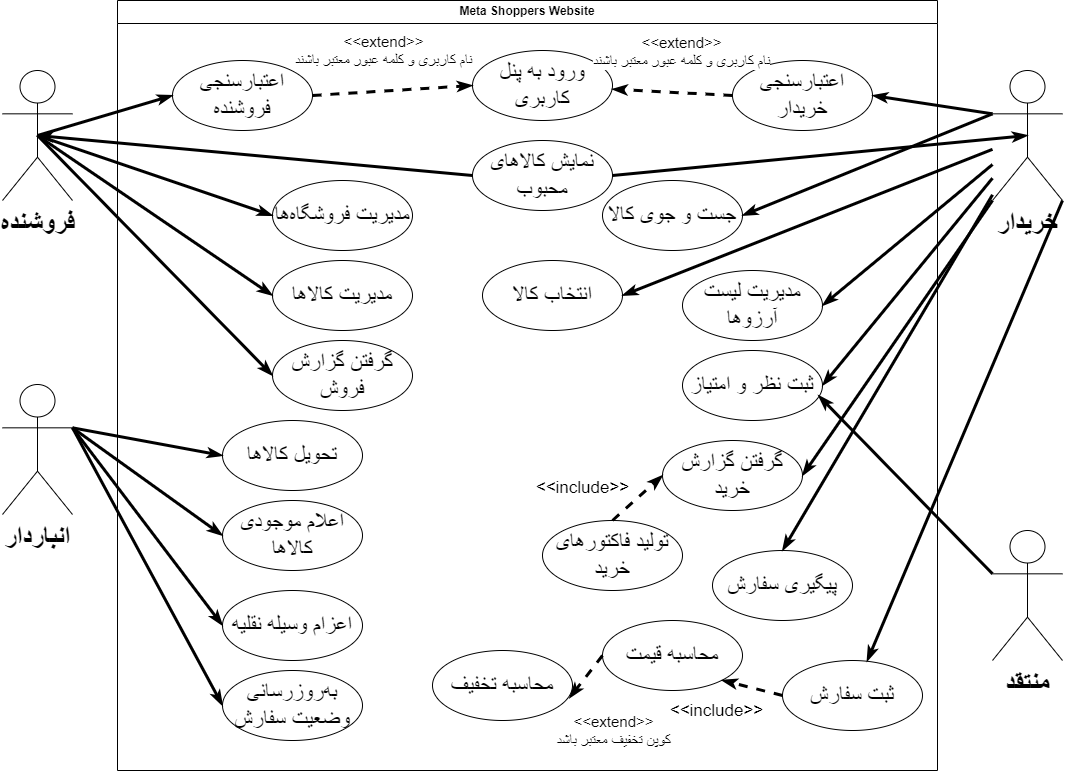
Mehrbod-MK/MetaShoppers keeps this draw.io diagram as Documentations/4- Usecase Diagram/MetaShoppers_UCDiag.drawio.png. Above is the earlier version. Source tidied: cells renumbered, new cells last; positions are measured from the earlier drawing's top-left corner, leaving out a move shared by most shapes.
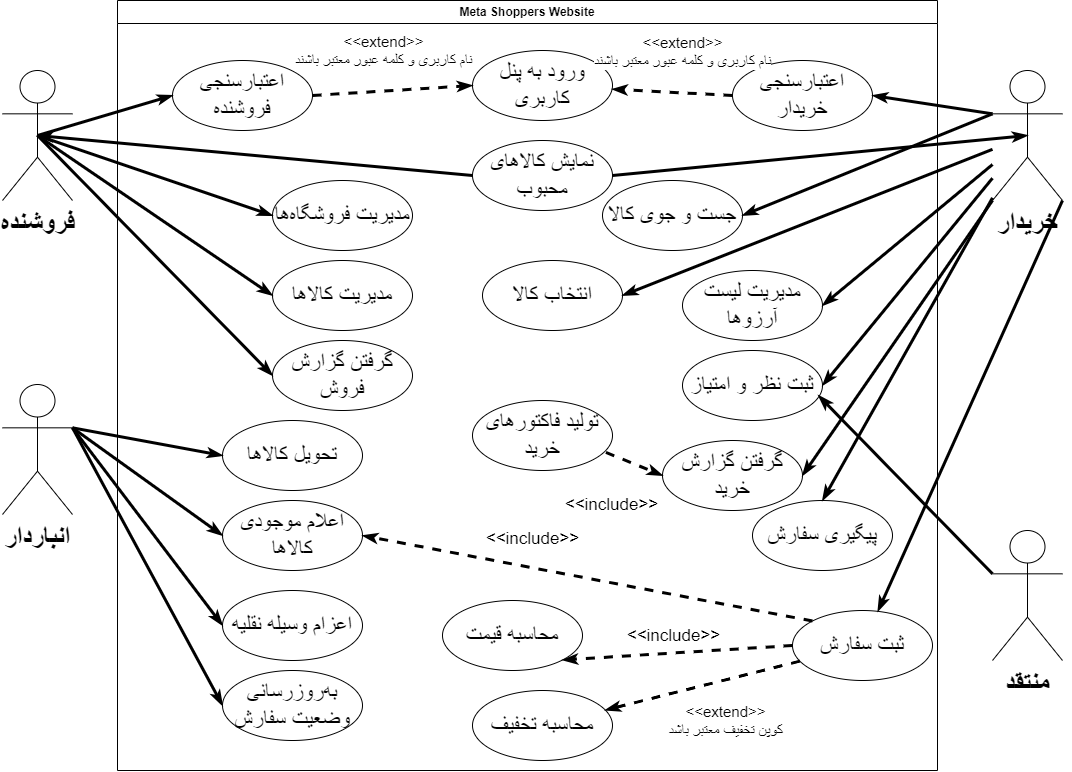
After the change.

Commit message:
Finalized UC Diagram and descriptions.

What changed in the source:
```diff
@@ -33,10 +33,10 @@
       <mxGeometry x="545" y="440" width="140" height="70" as="geometry" />
     </mxCell>
     <mxCell id="12" value="تولید فاکتورهای خرید" style="ellipse;whiteSpace=wrap;html=1;fontSize=22;" parent="2" vertex="1">
-      <mxGeometry x="425" y="520" width="140" height="70" as="geometry" />
+      <mxGeometry x="355" y="400" width="140" height="70" as="geometry" />
     </mxCell>
     <mxCell id="13" value="پیگیری سفارش" style="ellipse;whiteSpace=wrap;html=1;fontSize=22;" parent="2" vertex="1">
-      <mxGeometry x="595" y="550" width="140" height="70" as="geometry" />
+      <mxGeometry x="635" y="500" width="140" height="70" as="geometry" />
     </mxCell>
     <mxCell id="14" style="endArrow=classicThin;html=1;rounded=0;exitX=1;exitY=0.5;exitDx=0;exitDy=0;entryX=0;entryY=0.5;entryDx=0;entryDy=0;endFill=1;strokeWidth=3;dashed=1;" parent="2" edge="1" source="3" target="4">
       <mxGeometry relative="1" as="geometry" />
@@ -61,36 +61,36 @@
       <mxGeometry x="355" y="140" width="140" height="70" as="geometry" />
     </mxCell>
     <mxCell id="20" value="محاسبه قیمت" style="ellipse;whiteSpace=wrap;html=1;fontSize=22;" parent="2" vertex="1">
-      <mxGeometry x="485" y="620" width="140" height="70" as="geometry" />
+      <mxGeometry x="325" y="600" width="140" height="70" as="geometry" />
     </mxCell>
-    <mxCell id="21" style="endArrow=classicThin;html=1;rounded=0;exitX=0.5;exitY=0;exitDx=0;exitDy=0;entryX=0;entryY=0.5;entryDx=0;entryDy=0;endFill=1;strokeWidth=3;dashed=1;" parent="2" edge="1" source="12" target="11">
+    <mxCell id="21" style="endArrow=classicThin;html=1;rounded=0;exitX=0.953;exitY=0.741;exitDx=0;exitDy=0;entryX=0;entryY=0.5;entryDx=0;entryDy=0;endFill=1;strokeWidth=3;dashed=1;exitPerimeter=0;" parent="2" edge="1" source="12" target="11">
       <mxGeometry relative="1" as="geometry" />
     </mxCell>
     <mxCell id="22" value="&amp;lt;&amp;lt;include&amp;gt;&amp;gt;" style="edgeLabel;html=1;align=center;verticalAlign=middle;fontSize=17;" parent="21" vertex="1">
       <mxGeometry x="0.46" y="-4" relative="1" as="geometry">
-        <mxPoint x="-69" y="-3" as="offset" />
+        <mxPoint x="-35" y="32" as="offset" />
       </mxGeometry>
     </mxCell>
     <mxCell id="23" value="ثبت سفارش" style="ellipse;whiteSpace=wrap;html=1;fontSize=22;" parent="2" vertex="1">
-      <mxGeometry x="665" y="660" width="140" height="70" as="geometry" />
+      <mxGeometry x="675" y="610" width="140" height="70" as="geometry" />
     </mxCell>
     <mxCell id="24" style="endArrow=classicThin;html=1;rounded=0;exitX=0;exitY=0.5;exitDx=0;exitDy=0;entryX=1;entryY=1;entryDx=0;entryDy=0;endFill=1;strokeWidth=3;dashed=1;" parent="2" edge="1" source="23" target="20">
       <mxGeometry relative="1" as="geometry" />
     </mxCell>
     <mxCell id="25" value="&amp;lt;&amp;lt;include&amp;gt;&amp;gt;" style="edgeLabel;html=1;align=center;verticalAlign=middle;fontSize=17;" parent="24" vertex="1">
       <mxGeometry x="0.46" y="-4" relative="1" as="geometry">
-        <mxPoint x="-24" y="30" as="offset" />
+        <mxPoint x="47" y="-16" as="offset" />
       </mxGeometry>
     </mxCell>
     <mxCell id="26" value="محاسبه تخفیف" style="ellipse;whiteSpace=wrap;html=1;fontSize=22;" parent="2" vertex="1">
-      <mxGeometry x="315" y="650" width="140" height="70" as="geometry" />
+      <mxGeometry x="355" y="690" width="140" height="70" as="geometry" />
     </mxCell>
-    <mxCell id="27" style="endArrow=classicThin;html=1;rounded=0;exitX=0;exitY=0.5;exitDx=0;exitDy=0;endFill=1;strokeWidth=3;dashed=1;entryX=0.979;entryY=0.677;entryDx=0;entryDy=0;entryPerimeter=0;" parent="2" edge="1" source="20" target="26">
+    <mxCell id="27" style="endArrow=classicThin;html=1;rounded=0;endFill=1;strokeWidth=3;dashed=1;" parent="2" edge="1" source="23" target="26">
       <mxGeometry relative="1" as="geometry" />
     </mxCell>
     <mxCell id="28" value="&amp;lt;&amp;lt;extend&amp;gt;&amp;gt;&lt;div style=&quot;font-size: 15px;&quot;&gt;کوپن تخفیف معتبر باشد&lt;/div&gt;" style="edgeLabel;html=1;align=center;verticalAlign=middle;fontSize=15;" parent="27" vertex="1">
       <mxGeometry x="0.27" relative="1" as="geometry">
-        <mxPoint x="31" y="48" as="offset" />
+        <mxPoint x="48" y="28" as="offset" />
       </mxGeometry>
     </mxCell>
     <mxCell id="29" value="تحویل کالاها" style="ellipse;whiteSpace=wrap;html=1;fontSize=22;" parent="2" vertex="1">
@@ -108,6 +108,14 @@
     <mxCell id="33" value="جست و جوی کالا" style="ellipse;whiteSpace=wrap;html=1;fontSize=22;" parent="2" vertex="1">
       <mxGeometry x="485" y="180" width="140" height="70" as="geometry" />
     </mxCell>
+    <mxCell id="57" style="endArrow=classicThin;html=1;rounded=0;exitX=0;exitY=0;exitDx=0;exitDy=0;entryX=1;entryY=0.5;entryDx=0;entryDy=0;endFill=1;strokeWidth=3;dashed=1;" parent="2" edge="1" source="23" target="30">
+      <mxGeometry relative="1" as="geometry" />
+    </mxCell>
+    <mxCell id="58" value="&amp;lt;&amp;lt;include&amp;gt;&amp;gt;" style="edgeLabel;html=1;align=center;verticalAlign=middle;fontSize=17;" parent="57" vertex="1">
+      <mxGeometry x="0.46" y="-4" relative="1" as="geometry">
+        <mxPoint x="47" y="-16" as="offset" />
+      </mxGeometry>
+    </mxCell>
     <mxCell id="34" value="فروشنده" style="shape=umlActor;verticalLabelPosition=bottom;verticalAlign=top;html=1;outlineConnect=0;fontSize=27;fontStyle=1;" parent="1" vertex="1">
       <mxGeometry y="70" width="70" height="130" as="geometry" />
     </mxCell>
```
